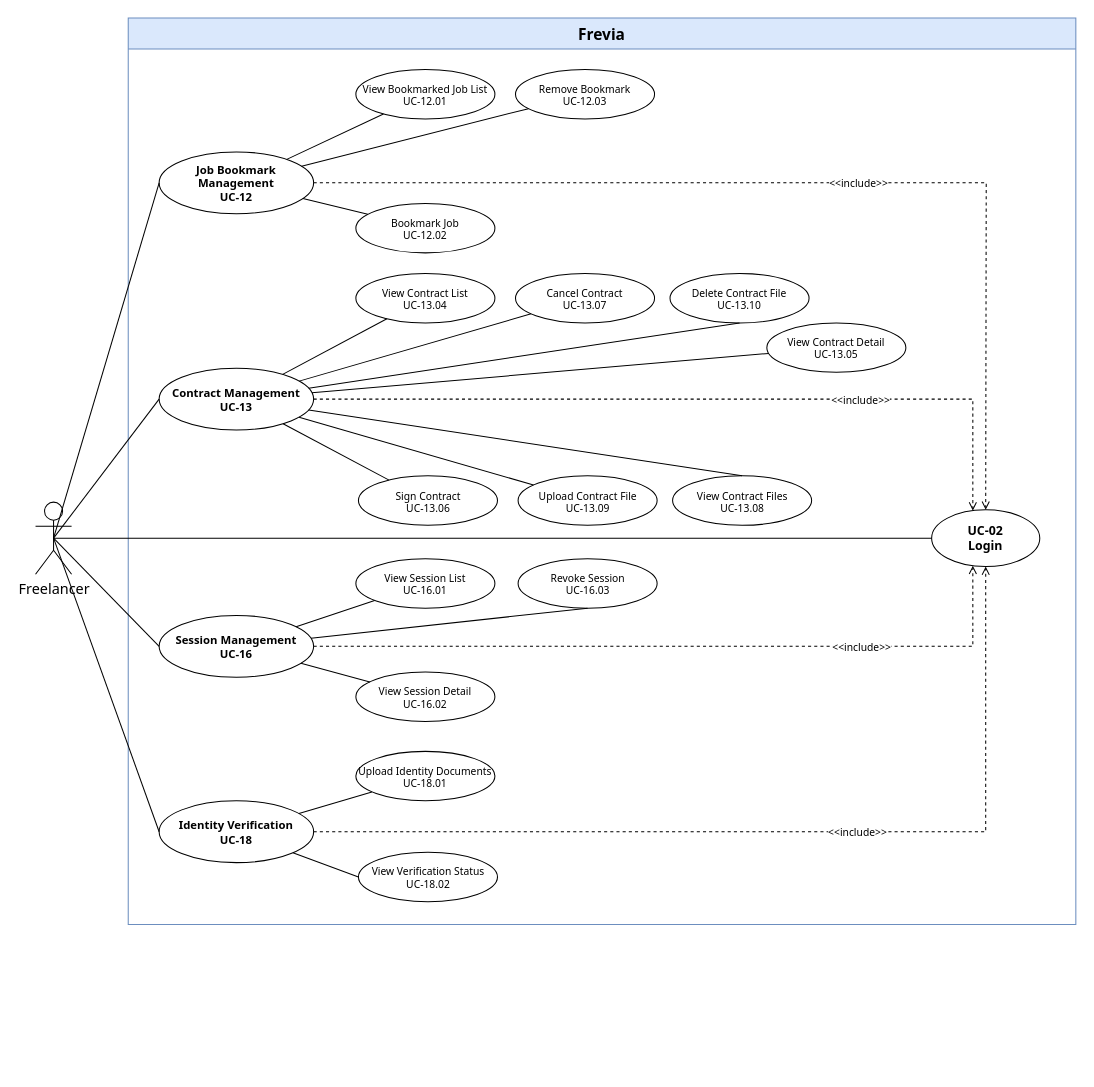
The draw.io diagram page "Freelancer 3/7" (3 of 7) of uc-diagrams/Freelancer.drawio in Thunggg/Frevia, before the edit. Source tidied: cells renumbered, new cells numbered last; positions are measured from the earlier drawing's top-left corner, leaving out a move shared by most shapes. Both pictures are drawn from the tidied source at 103%, with x=0, y=0 at pixel (35, 18).
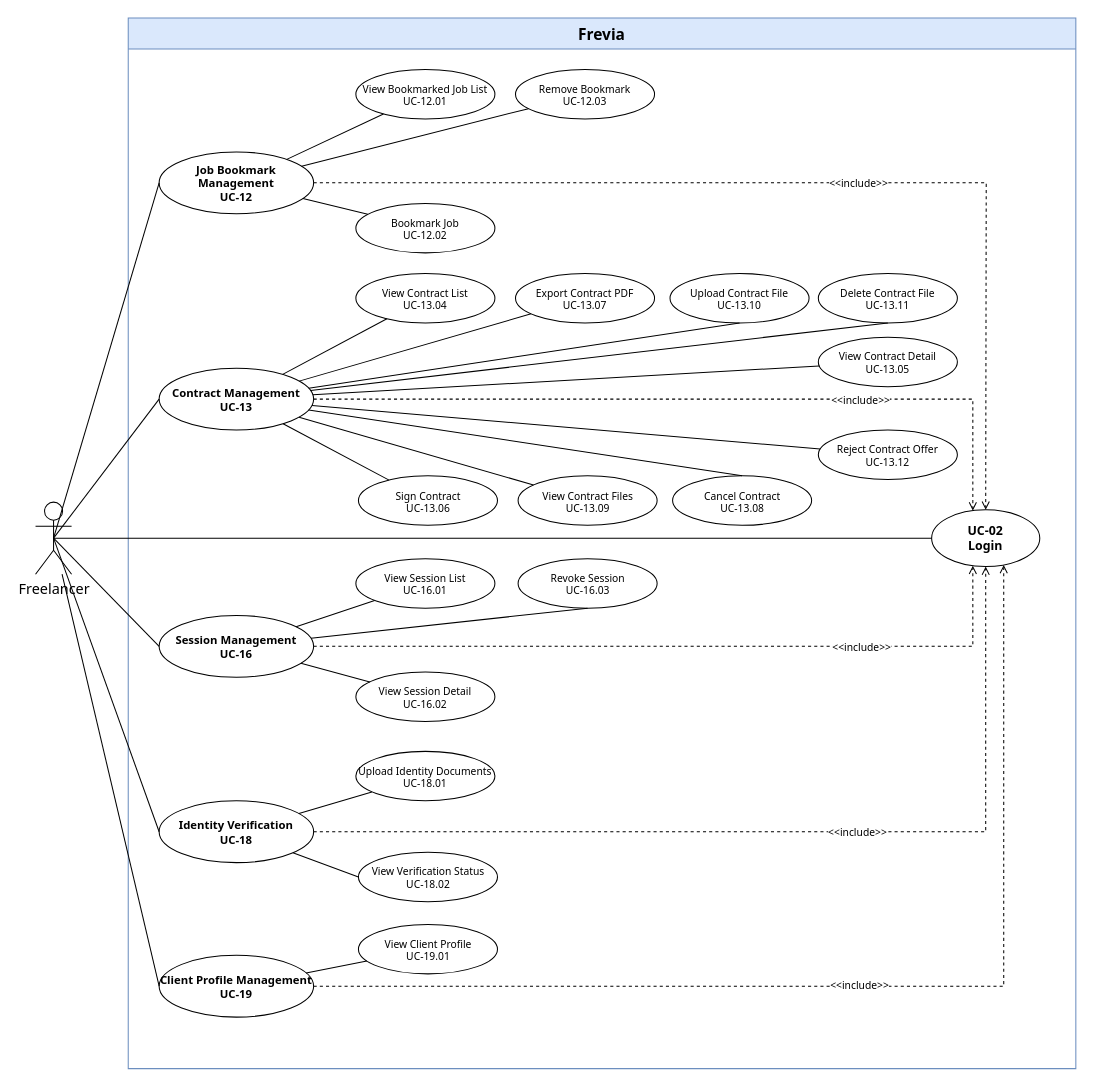
After the change.

The change refers to these unchanged cells:
```xml
<mxCell id="3" value="UC-02&#10;Login" style="ellipse;whiteSpace=wrap;html=1;fontSize=12;fontFamily=Tahoma;fontStyle=1;fillColor=#ffffff;strokeColor=#000000;" parent="2" vertex="1">
  <mxGeometry x="780" y="477.5" width="105" height="55" as="geometry" />
</mxCell>
<mxCell id="11" value="Contract Management&#10;UC-13" style="ellipse;whiteSpace=wrap;html=1;fontSize=11;fontFamily=Tahoma;fontStyle=1;fillColor=#ffffff;strokeColor=#000000;" parent="2" vertex="1">
  <mxGeometry x="30" y="340" width="150" height="60" as="geometry" />
</mxCell>
<mxCell id="38" value="Freelancer" style="shape=umlActor;verticalLabelPosition=bottom;verticalAlign=top;html=1;outlineConnect=0;fontSize=14;fontFamily=Tahoma;" parent="1" vertex="1">
  <mxGeometry y="470" width="35" height="70" as="geometry" />
</mxCell>
```

Diff of the diagram source:
```diff
@@
     <mxCell id="2" value="Frevia" style="swimlane;whiteSpace=wrap;html=1;startSize=30;fontSize=15;fontFamily=Tahoma;fontStyle=1;fillColor=#dae8fc;strokeColor=#6c8ebf;" parent="1" vertex="1">
-      <mxGeometry x="90" width="920" height="880" as="geometry" />
+      <mxGeometry x="90" width="920" height="1020" as="geometry" />
     </mxCell>
@@
     <mxCell id="13" value="View Contract Detail&#10;UC-13.05" style="ellipse;whiteSpace=wrap;html=1;fontSize=10;fontFamily=Tahoma;fillColor=#ffffff;strokeColor=#000000;" parent="2" vertex="1">
-      <mxGeometry x="620" y="296" width="135" height="48" as="geometry" />
+      <mxGeometry x="670" y="310" width="135" height="48" as="geometry" />
     </mxCell>
@@
-    <mxCell id="15" value="Cancel Contract&#10;UC-13.07" style="ellipse;whiteSpace=wrap;html=1;fontSize=10;fontFamily=Tahoma;fillColor=#ffffff;strokeColor=#000000;" parent="2" vertex="1">
+    <mxCell id="15" value="Export Contract PDF&#10;UC-13.07" style="ellipse;whiteSpace=wrap;html=1;fontSize=10;fontFamily=Tahoma;fillColor=#ffffff;strokeColor=#000000;" parent="2" vertex="1">
       <mxGeometry x="376" y="248" width="135" height="48" as="geometry" />
     </mxCell>
-    <mxCell id="16" value="View Contract Files&#10;UC-13.08" style="ellipse;whiteSpace=wrap;html=1;fontSize=10;fontFamily=Tahoma;fillColor=#ffffff;strokeColor=#000000;" parent="2" vertex="1">
+    <mxCell id="16" value="Cancel Contract&#10;UC-13.08" style="ellipse;whiteSpace=wrap;html=1;fontSize=10;fontFamily=Tahoma;fillColor=#ffffff;strokeColor=#000000;" parent="2" vertex="1">
       <mxGeometry x="528.5" y="444.5" width="135" height="48" as="geometry" />
     </mxCell>
-    <mxCell id="17" value="Upload Contract File&#10;UC-13.09" style="ellipse;whiteSpace=wrap;html=1;fontSize=10;fontFamily=Tahoma;fillColor=#ffffff;strokeColor=#000000;" parent="2" vertex="1">
+    <mxCell id="17" value="View Contract Files&#10;UC-13.09" style="ellipse;whiteSpace=wrap;html=1;fontSize=10;fontFamily=Tahoma;fillColor=#ffffff;strokeColor=#000000;" parent="2" vertex="1">
       <mxGeometry x="378.5" y="444.5" width="135" height="48" as="geometry" />
     </mxCell>
-    <mxCell id="18" value="Delete Contract File&#10;UC-13.10" style="ellipse;whiteSpace=wrap;html=1;fontSize=10;fontFamily=Tahoma;fillColor=#ffffff;strokeColor=#000000;" parent="2" vertex="1">
+    <mxCell id="18" value="Upload Contract File&#10;UC-13.10" style="ellipse;whiteSpace=wrap;html=1;fontSize=10;fontFamily=Tahoma;fillColor=#ffffff;strokeColor=#000000;" parent="2" vertex="1">
       <mxGeometry x="526" y="248" width="135" height="48" as="geometry" />
     </mxCell>
@@
+    <mxCell id="48" value="Delete Contract File&#10;UC-13.11" style="ellipse;whiteSpace=wrap;html=1;fontSize=10;fontFamily=Tahoma;fillColor=#ffffff;strokeColor=#000000;" parent="2" vertex="1">
+      <mxGeometry x="670" y="248" width="135" height="48" as="geometry" />
+    </mxCell>
+    <mxCell id="49" value="Reject Contract Offer&#10;UC-13.12" style="ellipse;whiteSpace=wrap;html=1;fontSize=10;fontFamily=Tahoma;fillColor=#ffffff;strokeColor=#000000;" parent="2" vertex="1">
+      <mxGeometry x="670" y="400" width="135" height="48" as="geometry" />
+    </mxCell>
+    <mxCell id="50" value="Client Profile Management&#10;UC-19" style="ellipse;whiteSpace=wrap;html=1;fontSize=11;fontFamily=Tahoma;fontStyle=1;fillColor=#ffffff;strokeColor=#000000;" parent="2" vertex="1">
+      <mxGeometry x="30" y="910" width="150" height="60" as="geometry" />
+    </mxCell>
+    <mxCell id="51" style="edgeStyle=orthogonalEdgeStyle;rounded=0;endArrow=open;dashed=1;html=1;strokeColor=#000000;fontSize=10;fontFamily=Tahoma;labelBackgroundColor=#ffffff;align=center;verticalAlign=middle;" parent="2" edge="1" source="50" target="3">
+      <mxGeometry x="0.75" y="-10" relative="1" as="geometry">
+        <Array as="points">
+          <mxPoint x="850" y="940" />
+        </Array>
+      </mxGeometry>
+    </mxCell>
+    <mxCell id="52" value="&lt;span style=&quot;font-family: Tahoma; font-size: 10px;&quot;&gt;&amp;lt;&amp;lt;include&amp;gt;&amp;gt;&lt;/span&gt;" style="edgeLabel;html=1;align=center;verticalAlign=middle;" parent="51" vertex="1">
+      <mxGeometry x="-0.02" y="2" relative="1" as="geometry" />
+    </mxCell>
+    <mxCell id="53" value="View Client Profile&#10;UC-19.01" style="ellipse;whiteSpace=wrap;html=1;fontSize=10;fontFamily=Tahoma;fillColor=#ffffff;strokeColor=#000000;" parent="2" vertex="1">
+      <mxGeometry x="223.5" y="880" width="135" height="48" as="geometry" />
+    </mxCell>
+    <mxCell id="54" style="endArrow=none;html=1;rounded=0;fontFamily=Tahoma;fontSize=13;" parent="2" edge="1" source="50" target="53">
+      <mxGeometry relative="1" as="geometry" />
+    </mxCell>
@@
+    <mxCell id="55" style="endArrow=none;html=1;rounded=0;fontFamily=Tahoma;fontSize=13;entryX=0.5;entryY=1;entryDx=0;entryDy=0;" parent="1" edge="1" source="11" target="48">
+      <mxGeometry relative="1" as="geometry" />
+    </mxCell>
+    <mxCell id="56" style="endArrow=none;html=1;rounded=0;fontFamily=Tahoma;fontSize=13;" parent="1" edge="1" source="11" target="49">
+      <mxGeometry relative="1" as="geometry" />
+    </mxCell>
+    <mxCell id="57" style="endArrow=none;html=1;rounded=0;fontFamily=Tahoma;fontSize=13;entryX=0;entryY=0.5;entryDx=0;entryDy=0;" parent="1" edge="1" source="38" target="50">
+      <mxGeometry relative="1" as="geometry" />
+    </mxCell>
```
